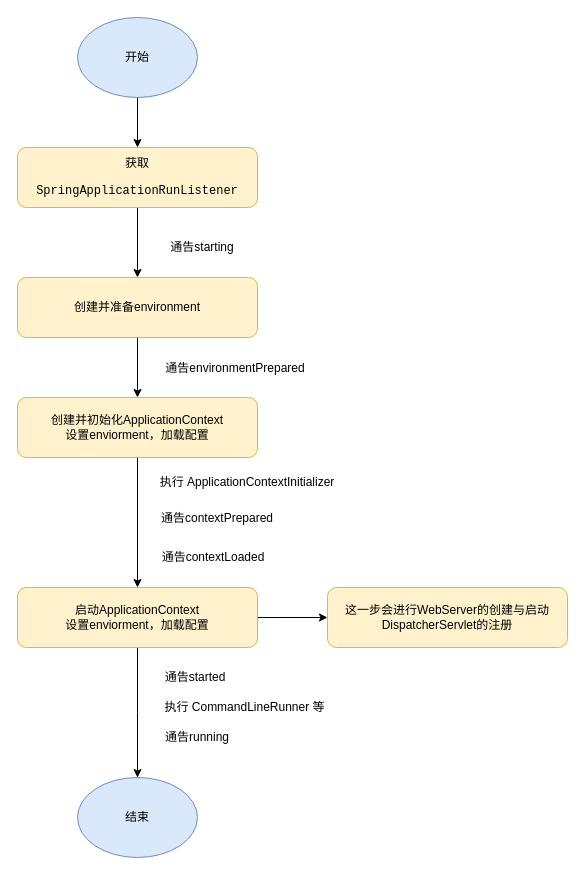
erlieStar/diagrams keeps this draw.io diagram as spring/spring boot启动-2.drawio. Above is the earlier version. Source tidied: cells renumbered, new cells numbered last; positions are measured from the earlier drawing's top-left corner, leaving out a move shared by most shapes. Both pictures are drawn from the tidied source at 100%, with x=0, y=0 at pixel (17, 17).
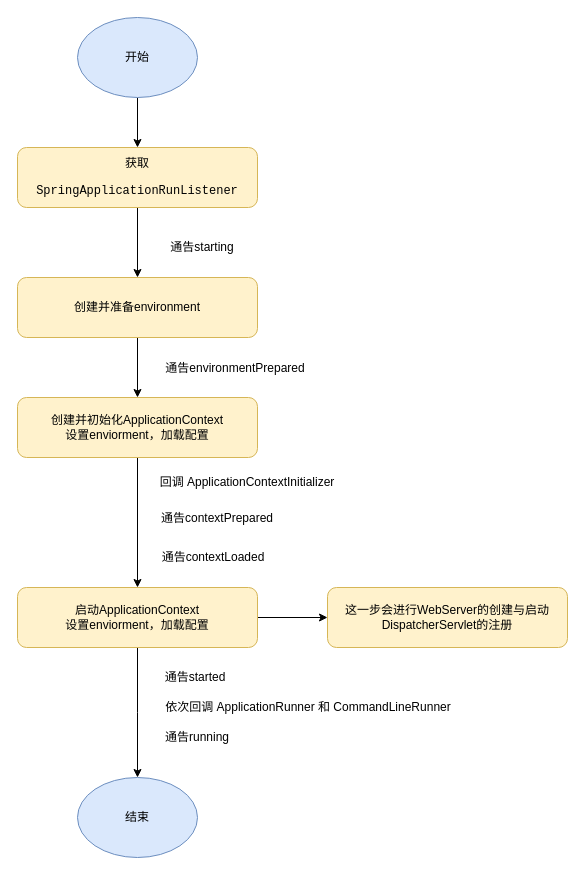
Above is the later version.

Diff of the diagram source:
```diff
@@
-    <mxCell id="18" value="执行&amp;nbsp;CommandLineRunner 等" style="text;html=1;strokeColor=none;fillColor=none;align=center;verticalAlign=middle;whiteSpace=wrap;rounded=0;" parent="1" vertex="1">
-      <mxGeometry x="130" y="680" width="195" height="20" as="geometry" />
+    <mxCell id="18" value="依次回调&amp;nbsp;ApplicationRunner 和&amp;nbsp;CommandLineRunner" style="text;html=1;strokeColor=none;fillColor=none;align=center;verticalAlign=middle;whiteSpace=wrap;rounded=0;" parent="1" vertex="1">
+      <mxGeometry x="131" y="680" width="320" height="20" as="geometry" />
     </mxCell>
@@
-    <mxCell id="21" value="执行&amp;nbsp;ApplicationContextInitializer" style="text;html=1;strokeColor=none;fillColor=none;align=center;verticalAlign=middle;whiteSpace=wrap;rounded=0;" parent="1" vertex="1">
+    <mxCell id="21" value="回调 ApplicationContextInitializer" style="text;html=1;strokeColor=none;fillColor=none;align=center;verticalAlign=middle;whiteSpace=wrap;rounded=0;" parent="1" vertex="1">
       <mxGeometry x="130" y="460" width="200" height="10" as="geometry" />
     </mxCell>
```
